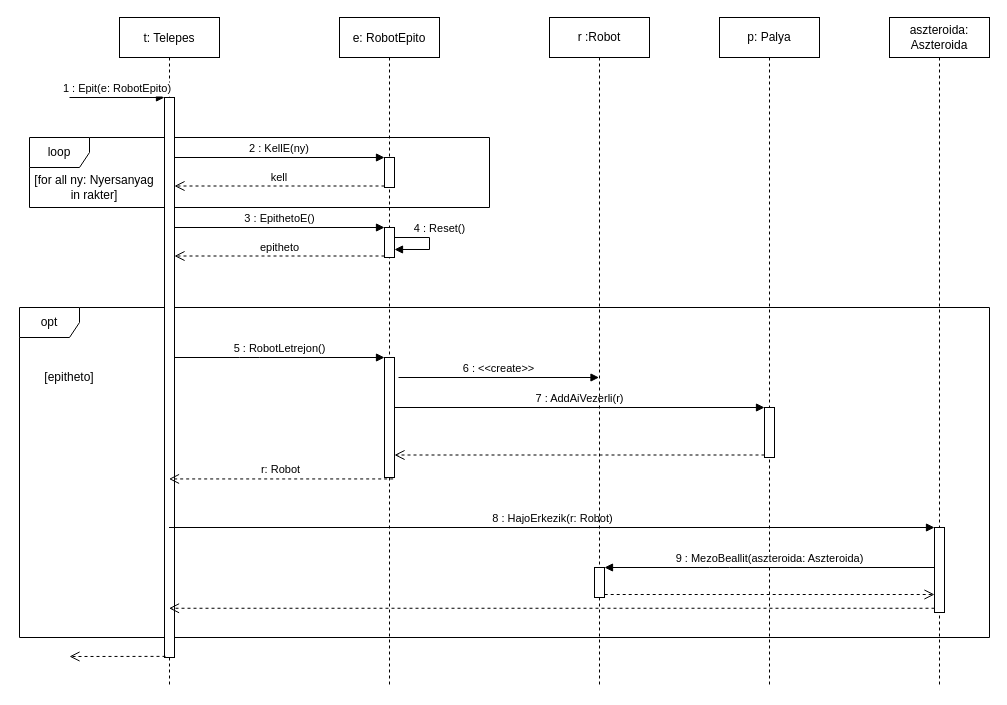
torpeBoiGo/aszteroidabanyaszat keeps this draw.io diagram as page "Page-1" (1 of 2) of doc/uml/szekvencia_robotEpit.drawio. Above is the earlier version. Source tidied: cells renumbered, new cells numbered last; positions are measured from the earlier drawing's top-left corner, leaving out a move shared by most shapes. Both pictures are drawn from the tidied source at 100%, with x=0, y=0 at pixel (19, 17).
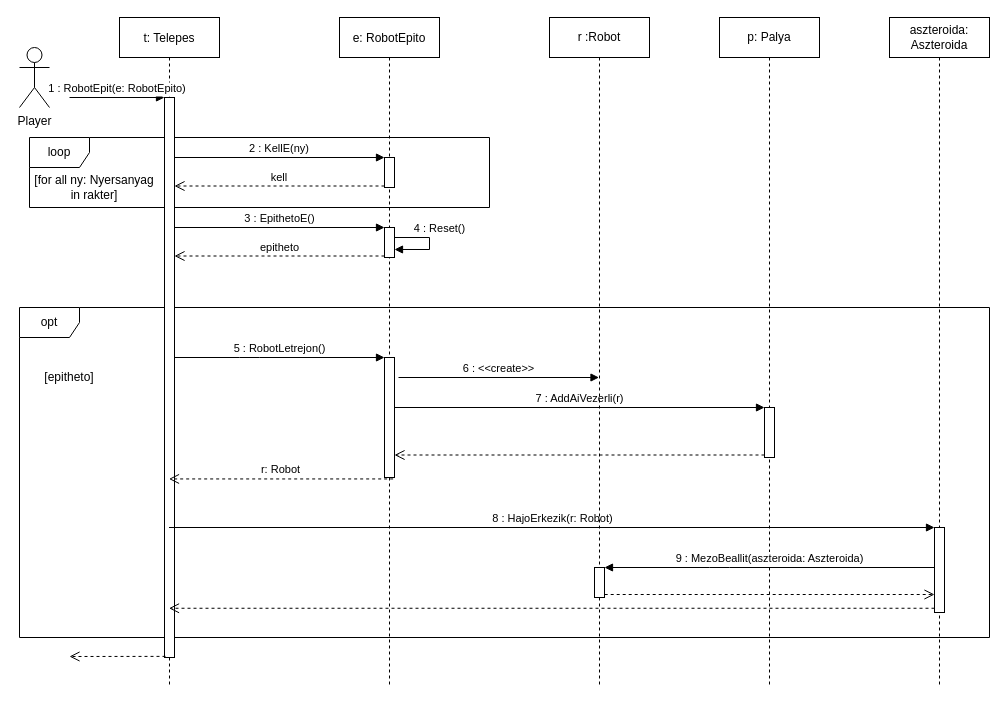
After the change.

Commit message:
robotepit, aktor

The change refers to these unchanged cells:
```xml
<mxCell id="5" value="t: Telepes" style="shape=umlLifeline;perimeter=lifelinePerimeter;rounded=0;shadow=0;strokeWidth=1;" parent="1" vertex="1">
  <mxGeometry x="100" width="100" height="670" as="geometry" />
</mxCell>
```

The edit, as a diff of the source:
```diff
@@
-    <mxCell id="6" value="1 : Epit(e: RobotEpito)" style="verticalAlign=bottom;startArrow=none;endArrow=block;startSize=8;shadow=0;strokeWidth=1;startFill=0;" parent="5" edge="1">
+    <mxCell id="6" value="1 : RobotEpit(e: RobotEpito)" style="verticalAlign=bottom;startArrow=none;endArrow=block;startSize=8;shadow=0;strokeWidth=1;startFill=0;" parent="5" edge="1">
       <mxGeometry relative="1" as="geometry">
         <mxPoint x="-50" y="80" as="sourcePoint" />
         <mxPoint x="45" y="80" as="targetPoint" />
       </mxGeometry>
     </mxCell>
@@
+    <mxCell id="34" value="Player" style="shape=umlActor;verticalLabelPosition=bottom;verticalAlign=top;html=1;" parent="1" vertex="1">
+      <mxGeometry y="30" width="30" height="60" as="geometry" />
+    </mxCell>
```
